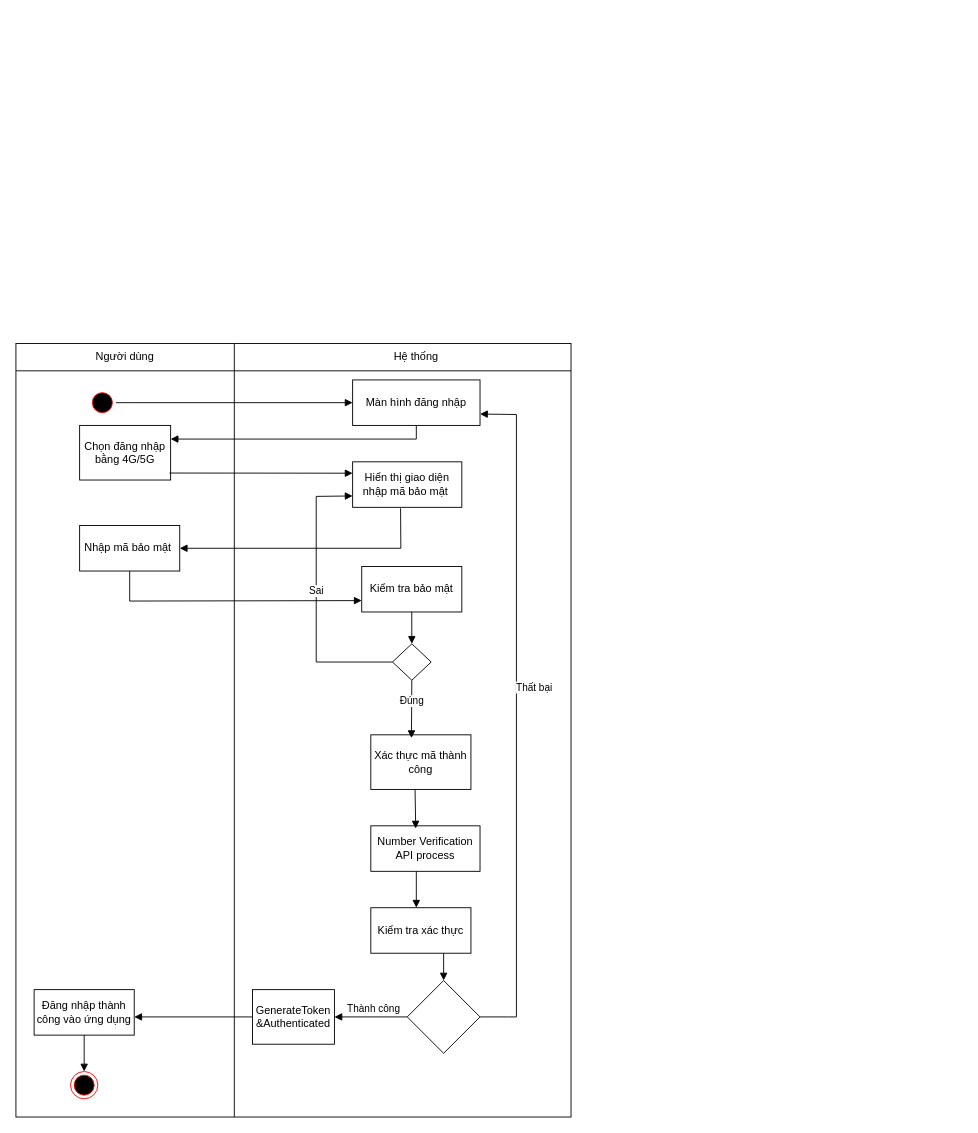
This is page "Trang-1" (1 of 2) of Biểu đồ không có tiêu đề.drawio from NamKhanhIT2/LTM7_6, a draw.io file, before an edit. Source tidied: cells renumbered, new cells numbered last; positions are measured from the earlier drawing's top-left corner, leaving out a move shared by most shapes. Both pictures are drawn from the tidied source at 91%, with x=0, y=0 at pixel (15, 343).
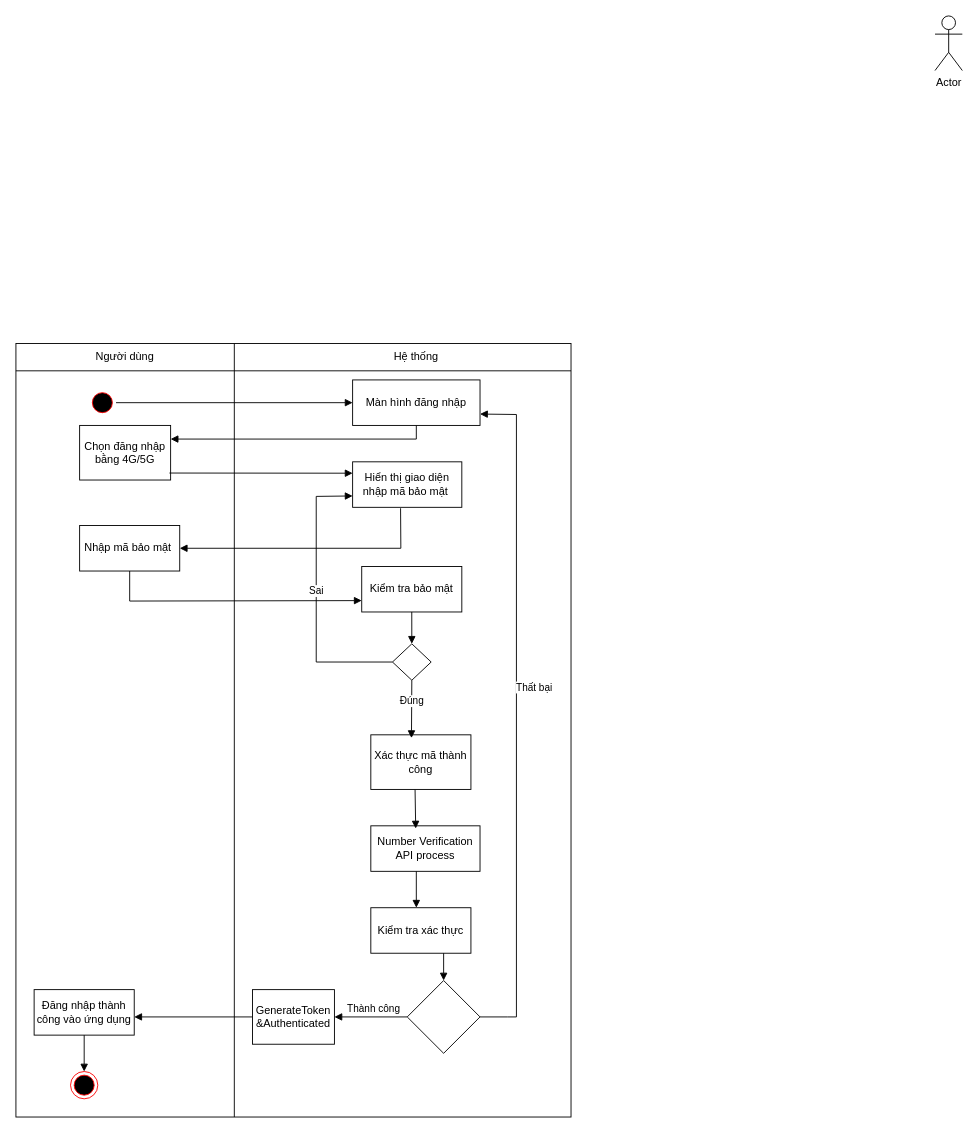
After the change.

Commit message:
Cập nhật Biểu đồ không có tiêu đề.drawio

The edit, as a diff of the source:
```diff
@@
+    <mxCell id="35" value="Actor" style="shape=umlActor;verticalLabelPosition=bottom;verticalAlign=top;html=1;" parent="1" vertex="1">
+      <mxGeometry x="1010" y="-360" width="30" height="60" as="geometry" />
+    </mxCell>
```
